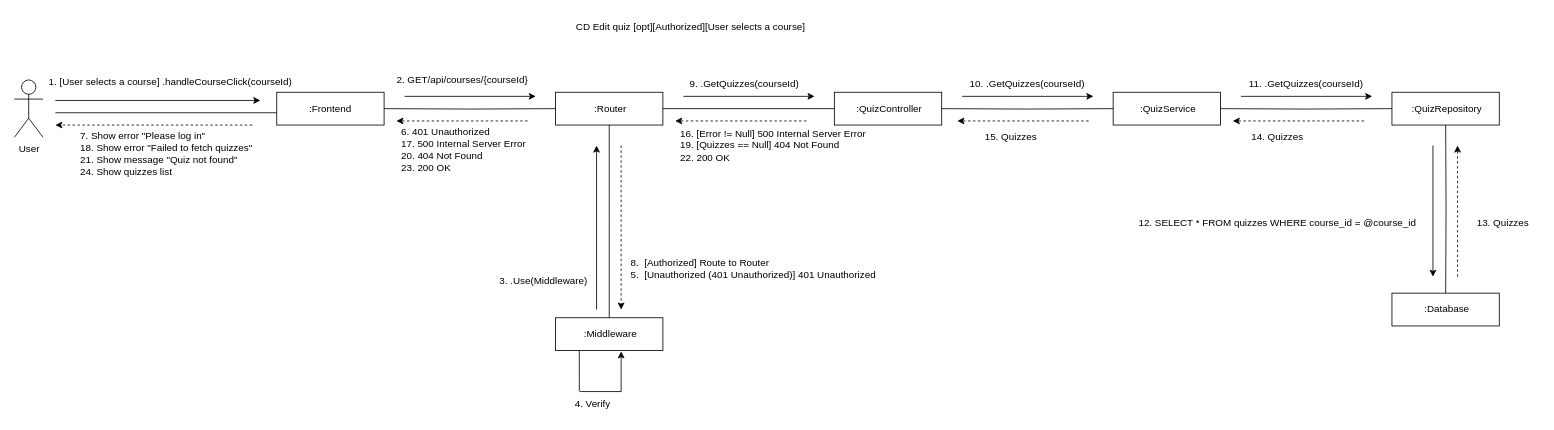
The draw.io diagram page "CD-Edit-quiz-opt- [Authorized][User selects a course]" (4 of 6) of CD-Edit-Quiz/CD-Edit-Quiz.drawio in CS371-Project-Management/CS371-Collaboration-Diagram, before the edit. Source tidied: cells renumbered, new cells numbered last; positions are measured from the earlier drawing's top-left corner, leaving out a move shared by most shapes. Both pictures are drawn from the tidied source at 82%, with x=0, y=0 at pixel (14, 14).
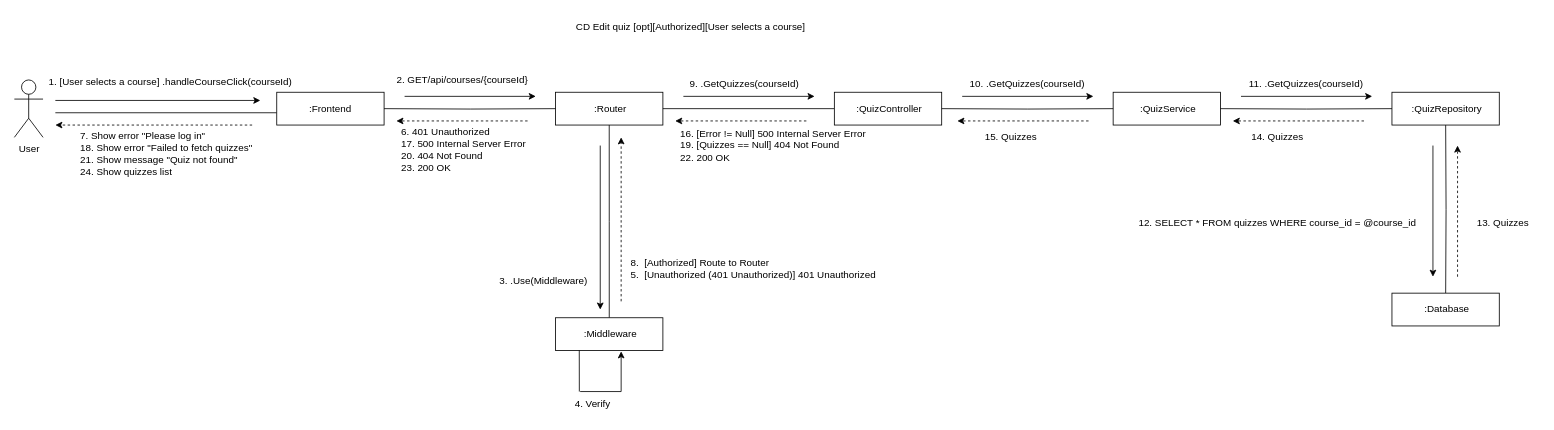
After the change.

What changed in the source:
```diff
@@
-    <mxCell id="18" style="endArrow=classic;html=1;rounded=0;" parent="1" edge="1">
-      <mxGeometry relative="1" as="geometry">
-        <mxPoint x="710" y="360" as="sourcePoint" />
-        <mxPoint x="710" y="160" as="targetPoint" />
-      </mxGeometry>
-    </mxCell>
-    <mxCell id="19" style="endArrow=classic;html=1;rounded=0;dashed=1;" parent="1" edge="1">
-      <mxGeometry relative="1" as="geometry">
-        <mxPoint x="740" y="160" as="sourcePoint" />
-        <mxPoint x="740" y="360" as="targetPoint" />
-      </mxGeometry>
-    </mxCell>
@@
+    <mxCell id="51" style="endArrow=classic;html=1;rounded=0;dashed=1;" parent="1" edge="1">
+      <mxGeometry relative="1" as="geometry">
+        <mxPoint x="740" y="350" as="sourcePoint" />
+        <mxPoint x="740" y="150" as="targetPoint" />
+      </mxGeometry>
+    </mxCell>
+    <mxCell id="52" style="endArrow=classic;html=1;rounded=0;" parent="1" edge="1">
+      <mxGeometry relative="1" as="geometry">
+        <mxPoint x="714.5" y="160" as="sourcePoint" />
+        <mxPoint x="714.5" y="360" as="targetPoint" />
+      </mxGeometry>
+    </mxCell>
```
